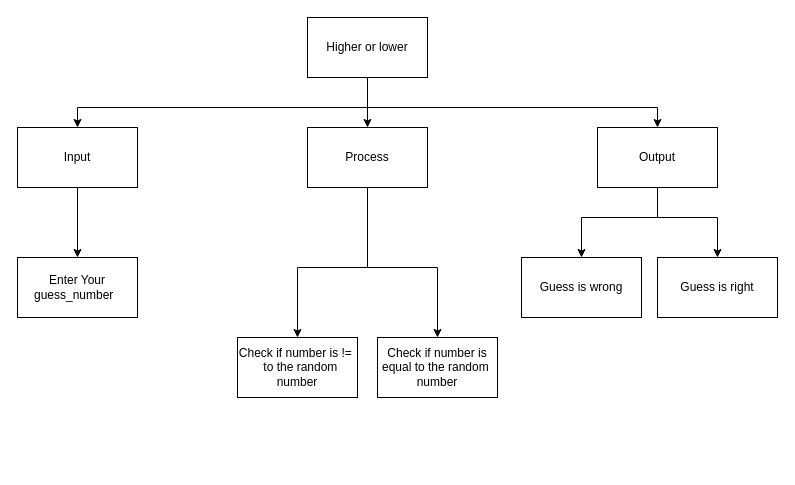
Before: TopDown.Drawio in JacksonNaufal/ICS3U-Unit3-03-Python, a draw.io diagram. Source tidied: cells renumbered, new cells numbered last; positions are measured from the earlier drawing's top-left corner, leaving out a move shared by most shapes. Both pictures are drawn from the tidied source at 100%, with x=0, y=0 at pixel (17, 17).
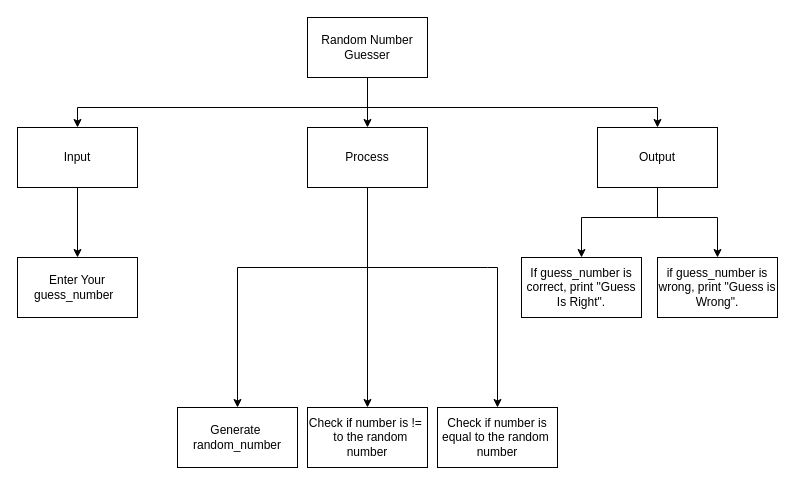
The same page after the edit.

What changed in the source:
```diff
@@
-    <mxCell id="5" value="Higher or lower" style="rounded=0;whiteSpace=wrap;html=1;" parent="1" vertex="1">
+    <mxCell id="5" value="Random Number Guesser" style="rounded=0;whiteSpace=wrap;html=1;" parent="1" vertex="1">
       <mxGeometry x="290" width="120" height="60" as="geometry" />
     </mxCell>
@@
     <mxCell id="9" style="edgeStyle=none;html=1;entryX=0.5;entryY=0;entryDx=0;entryDy=0;endArrow=classic;endFill=1;rounded=0;" parent="1" edge="1" target="16">
       <mxGeometry relative="1" as="geometry">
         <mxPoint x="350" y="250" as="sourcePoint" />
-        <Array as="points">
-          <mxPoint x="280" y="250" />
-        </Array>
       </mxGeometry>
     </mxCell>
     <mxCell id="10" style="edgeStyle=none;rounded=0;html=1;entryX=0.5;entryY=0;entryDx=0;entryDy=0;endArrow=classic;endFill=1;" parent="1" edge="1" target="18">
       <mxGeometry relative="1" as="geometry">
         <mxPoint x="350" y="250" as="sourcePoint" />
         <Array as="points">
-          <mxPoint x="420" y="250" />
+          <mxPoint x="470" y="250" />
+          <mxPoint x="480" y="250" />
         </Array>
       </mxGeometry>
     </mxCell>
+    <mxCell id="22" style="edgeStyle=none;html=1;entryX=0.5;entryY=0;entryDx=0;entryDy=0;rounded=0;" parent="1" edge="1" target="23">
+      <mxGeometry relative="1" as="geometry">
+        <mxPoint x="350" y="250" as="sourcePoint" />
+        <Array as="points">
+          <mxPoint x="220" y="250" />
+        </Array>
+      </mxGeometry>
+    </mxCell>
@@
     <mxCell id="16" value="Check if number is !=&amp;nbsp; &amp;nbsp; to the random number" style="rounded=0;whiteSpace=wrap;html=1;" parent="1" vertex="1">
-      <mxGeometry x="220" y="320" width="120" height="60" as="geometry" />
+      <mxGeometry x="290" y="390" width="120" height="60" as="geometry" />
     </mxCell>
-    <mxCell id="17" value="Guess is wrong" style="rounded=0;whiteSpace=wrap;html=1;" parent="1" vertex="1">
+    <mxCell id="17" value="If guess_number is correct, print &quot;Guess Is Right&quot;." style="rounded=0;whiteSpace=wrap;html=1;" parent="1" vertex="1">
       <mxGeometry x="504" y="240" width="120" height="60" as="geometry" />
     </mxCell>
     <mxCell id="18" value="Check if number is equal to the random&amp;nbsp;&lt;br&gt;number" style="rounded=0;whiteSpace=wrap;html=1;" parent="1" vertex="1">
-      <mxGeometry x="360" y="320" width="120" height="60" as="geometry" />
+      <mxGeometry x="420" y="390" width="120" height="60" as="geometry" />
     </mxCell>
-    <mxCell id="19" value="Guess is right" style="rounded=0;whiteSpace=wrap;html=1;" parent="1" vertex="1">
+    <mxCell id="19" value="if guess_number is wrong, print &quot;Guess is Wrong&quot;." style="rounded=0;whiteSpace=wrap;html=1;" parent="1" vertex="1">
       <mxGeometry x="640" y="240" width="120" height="60" as="geometry" />
     </mxCell>
@@
+    <mxCell id="23" value="Generate&amp;nbsp; random_number" style="rounded=0;whiteSpace=wrap;html=1;" parent="1" vertex="1">
+      <mxGeometry x="160" y="390" width="120" height="60" as="geometry" />
+    </mxCell>
```
